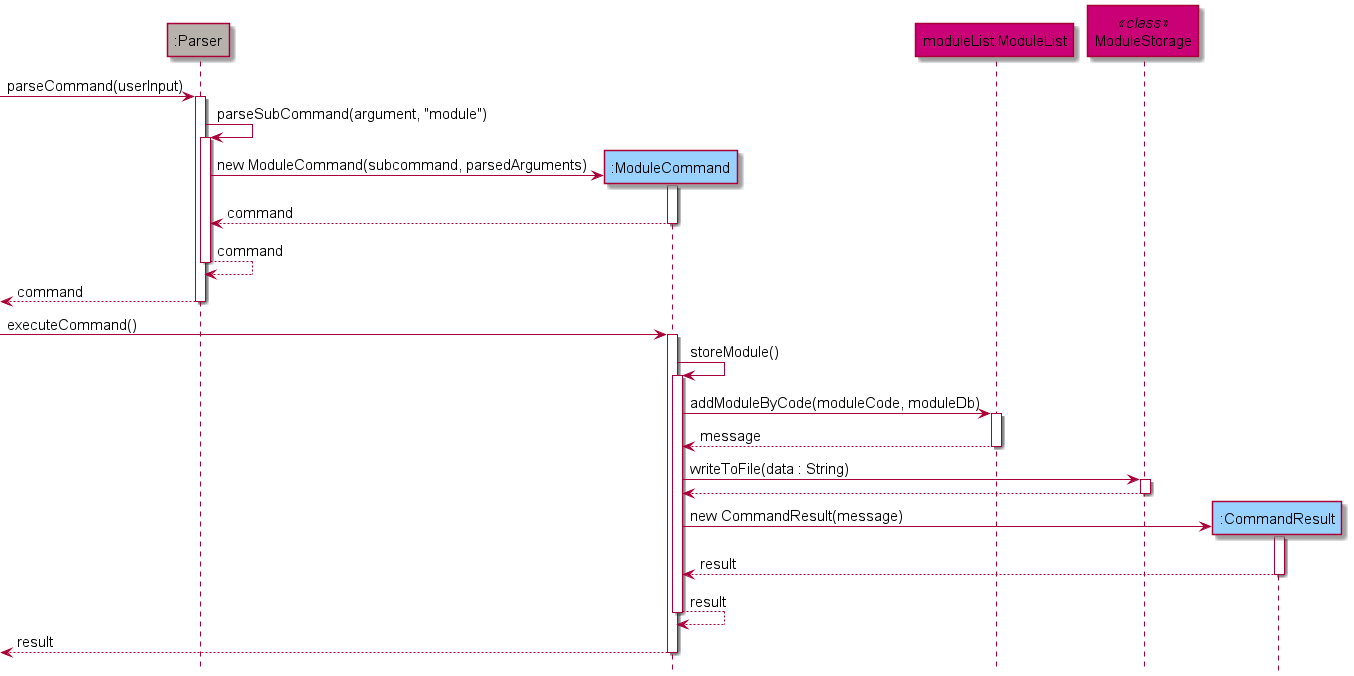
This is docs/assets/images/ModuleAddSequenceDiagram.png from shyamgj1900/tp, a PlantUML export, as it was before one commit. Source of this version:
```plantuml
@startuml

!include Style.puml

hide footbox

participant ":Parser" as parser UTIL_COLOR
participant ":ModuleCommand" as mlc COMMANDS_COLOR
participant "moduleList:ModuleList" as mll MODULE_COLOR
participant "ModuleStorage" as mls <<class>> MODULE_COLOR
participant ":CommandResult" as res COMMANDS_COLOR

[->parser : parseCommand(userInput)
activate parser

parser -> parser : parseSubCommand(argument, "module")
activate parser

create mlc
parser -> mlc : new ModuleCommand(subcommand, parsedArguments)
activate mlc

mlc --> parser : command
deactivate mlc

parser --> parser : command
deactivate parser

parser-->[ : command
deactivate parser

[->mlc : executeCommand()
activate mlc

mlc -> mlc : storeModule()
activate mlc

mlc -> mll : addModuleByCode(moduleCode, moduleDb)
activate mll

mll --> mlc : message
deactivate mll

mlc -> mls : writeToFile(data : String)
activate mls

mls --> mlc
deactivate mls

create res
mlc -> res: new CommandResult(message)
activate res

res --> mlc: result
deactivate res

mlc --> mlc : result
deactivate mlc

mlc-->[ : result
deactivate mlc



@enduml
```
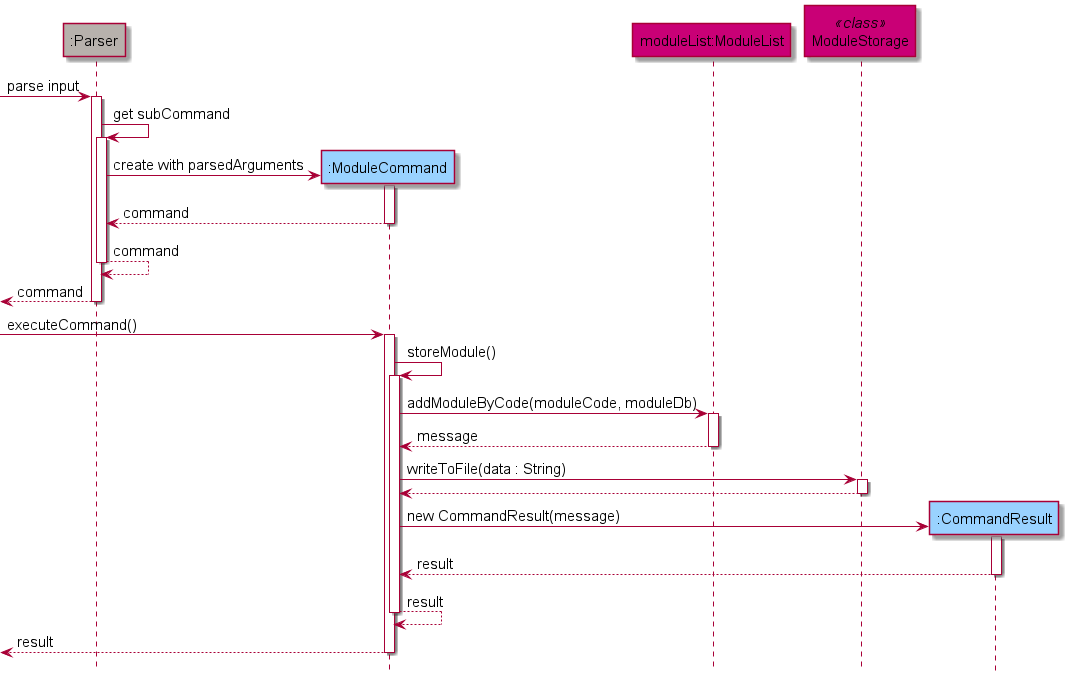
Later version of the same file.

Commit message:
lose weight for all sequence diagrams

What changed in the source:
```diff
@@ -10,14 +10,14 @@
 participant "ModuleStorage" as mls <<class>> MODULE_COLOR
 participant ":CommandResult" as res COMMANDS_COLOR
 
-[->parser : parseCommand(userInput)
+[->parser : parse input
 activate parser
 
-parser -> parser : parseSubCommand(argument, "module")
+parser -> parser : get subCommand
 activate parser
 
 create mlc
-parser -> mlc : new ModuleCommand(subcommand, parsedArguments)
+parser -> mlc : create with parsedArguments
 activate mlc
 
 mlc --> parser : command
```
